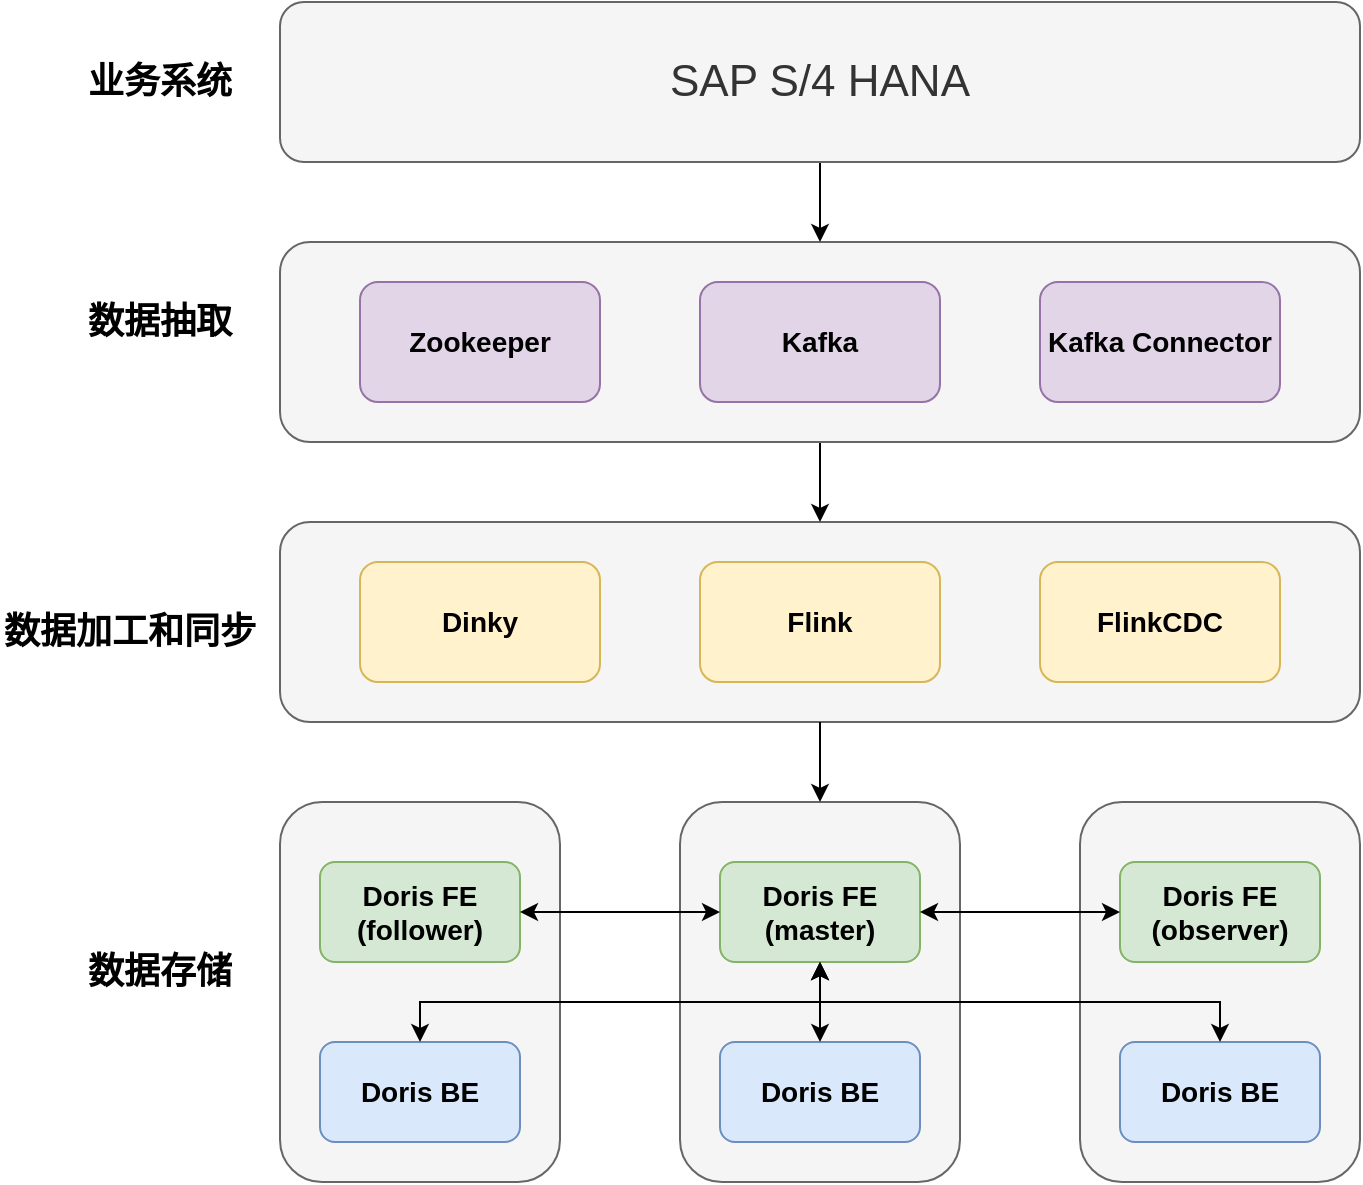
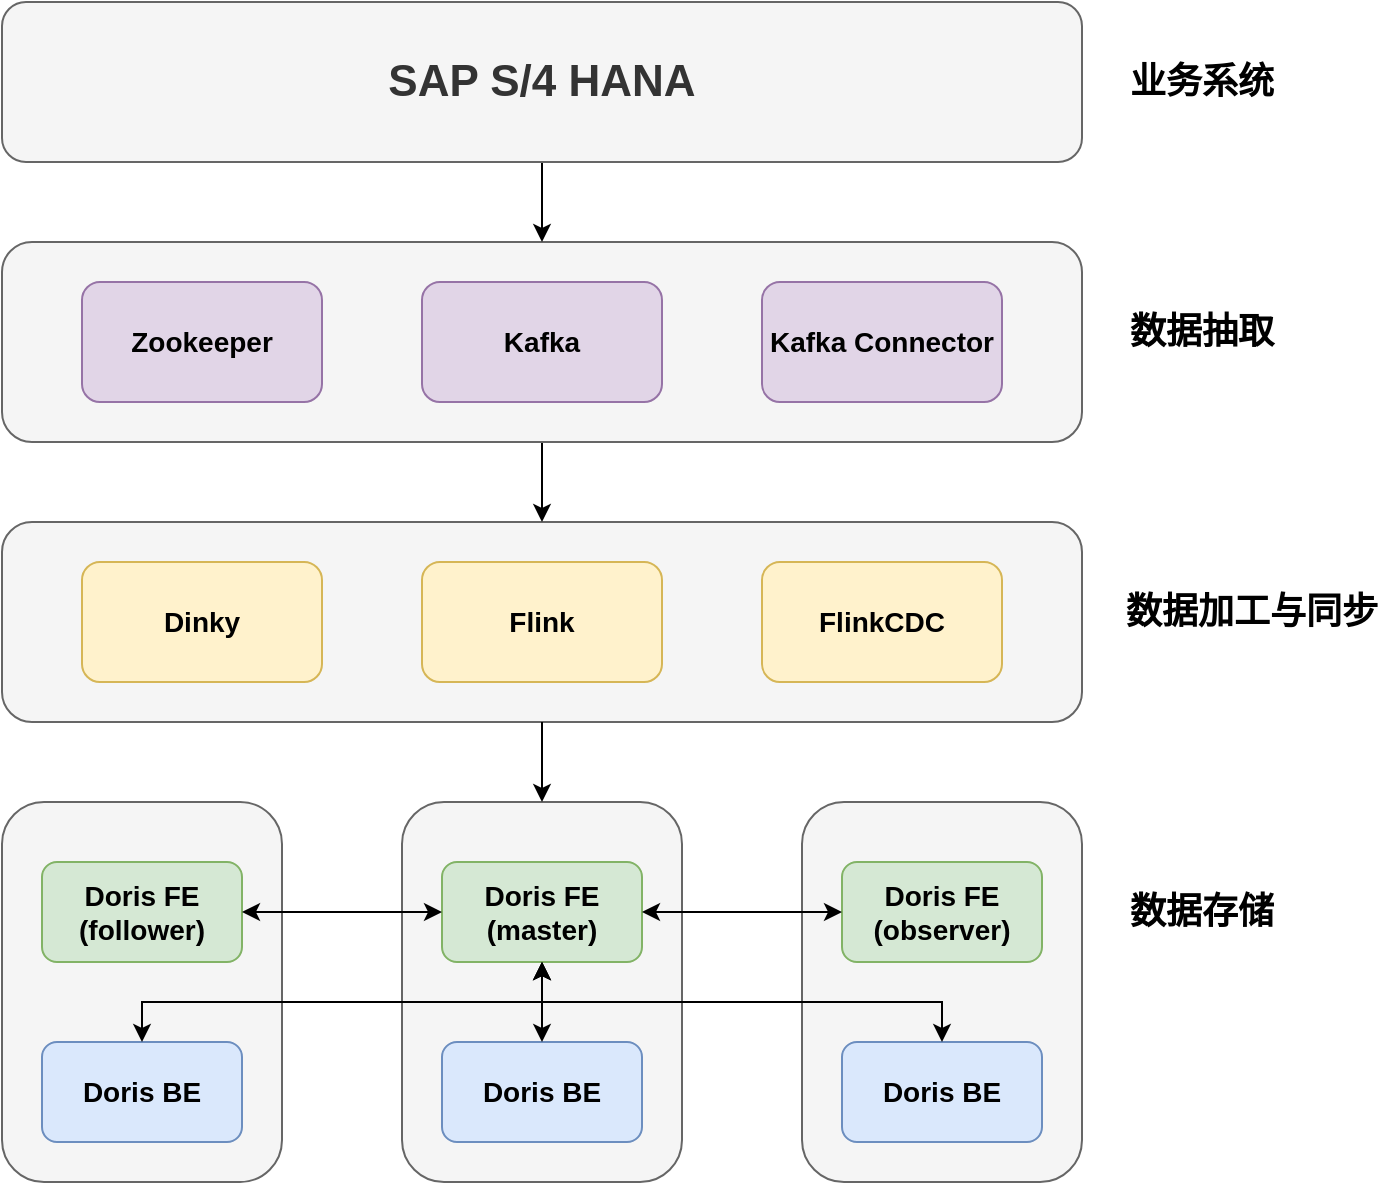
<mxfile host="app.diagrams.net">
  <diagram name="第 1 页" id="_1Mw1lMeuUAult3eIkwO">
-     <mxGraphModel dx="1212" dy="629" grid="1" gridSize="10" guides="1" tooltips="1" connect="1" arrows="1" fold="1" page="1" pageScale="1" pageWidth="827" pageHeight="1169" math="0" shadow="0">
+     <mxGraphModel dx="1212" dy="629" grid="1" gridSize="10" guides="0" tooltips="1" connect="1" arrows="1" fold="1" page="1" pageScale="1" pageWidth="827" pageHeight="1169" background="none" math="0" shadow="0">
      <root>
        <mxCell id="0" />
        <mxCell id="1" parent="0" />
        <mxCell id="LE3wey_woUCF9dCEoUPc-9" parent="1" style="rounded=1;whiteSpace=wrap;html=1;fontStyle=1;fillColor=#f5f5f5;fontColor=#333333;strokeColor=#666666;" value="" vertex="1">
          <mxGeometry height="190" width="140" x="800" y="540" as="geometry" />
        </mxCell>
        <mxCell id="LE3wey_woUCF9dCEoUPc-8" parent="1" style="rounded=1;whiteSpace=wrap;html=1;fontStyle=1;fillColor=#f5f5f5;fontColor=#333333;strokeColor=#666666;" value="" vertex="1">
          <mxGeometry height="190" width="140" x="600" y="540" as="geometry" />
        </mxCell>
        <mxCell id="LE3wey_woUCF9dCEoUPc-7" parent="1" style="rounded=1;whiteSpace=wrap;html=1;fontStyle=1;fillColor=#f5f5f5;strokeColor=#666666;fontColor=#333333;" value="" vertex="1">
          <mxGeometry height="190" width="140" x="400" y="540" as="geometry" />
        </mxCell>
        <mxCell id="LE3wey_woUCF9dCEoUPc-1" parent="1" style="rounded=1;whiteSpace=wrap;html=1;fillColor=#d5e8d4;strokeColor=#82b366;fontStyle=1" value="&lt;font style=&quot;font-size: 14px;&quot;&gt;Doris FE&lt;/font&gt;&lt;div&gt;&lt;span style=&quot;font-size: 14px;&quot;&gt;(follower)&lt;/span&gt;&lt;/div&gt;" vertex="1">
          <mxGeometry height="50" width="100" x="420" y="570" as="geometry" />
        </mxCell>
        <mxCell id="LE3wey_woUCF9dCEoUPc-2" parent="1" style="rounded=1;whiteSpace=wrap;html=1;fillColor=#d5e8d4;strokeColor=#82b366;fontStyle=1" value="&lt;font style=&quot;font-size: 14px;&quot;&gt;Doris FE&lt;/font&gt;&lt;div&gt;&lt;font style=&quot;font-size: 14px;&quot;&gt;(master)&lt;/font&gt;&lt;/div&gt;" vertex="1">
          <mxGeometry height="50" width="100" x="620" y="570" as="geometry" />
        </mxCell>
        <mxCell id="LE3wey_woUCF9dCEoUPc-3" parent="1" style="rounded=1;whiteSpace=wrap;html=1;fillColor=#d5e8d4;strokeColor=#82b366;fontStyle=1" value="&lt;font style=&quot;font-size: 14px;&quot;&gt;Doris FE&lt;br&gt;&lt;/font&gt;&lt;span style=&quot;font-size: 14px;&quot;&gt;(observer)&lt;/span&gt;" vertex="1">
          <mxGeometry height="50" width="100" x="820" y="570" as="geometry" />
        </mxCell>
        <mxCell id="LE3wey_woUCF9dCEoUPc-4" parent="1" style="rounded=1;whiteSpace=wrap;html=1;fillColor=#dae8fc;strokeColor=#6c8ebf;fontStyle=1" value="&lt;font style=&quot;font-size: 14px;&quot;&gt;Doris BE&lt;/font&gt;" vertex="1">
          <mxGeometry height="50" width="100" x="420" y="660" as="geometry" />
        </mxCell>
        <mxCell id="LE3wey_woUCF9dCEoUPc-5" parent="1" style="rounded=1;whiteSpace=wrap;html=1;fillColor=#dae8fc;strokeColor=#6c8ebf;fontStyle=1" value="&lt;font style=&quot;font-size: 14px;&quot;&gt;Doris BE&lt;/font&gt;" vertex="1">
          <mxGeometry height="50" width="100" x="620" y="660" as="geometry" />
        </mxCell>
        <mxCell id="LE3wey_woUCF9dCEoUPc-6" parent="1" style="rounded=1;whiteSpace=wrap;html=1;fillColor=#dae8fc;strokeColor=#6c8ebf;fontStyle=1" value="&lt;font style=&quot;font-size: 14px;&quot;&gt;Doris BE&lt;/font&gt;" vertex="1">
          <mxGeometry height="50" width="100" x="820" y="660" as="geometry" />
        </mxCell>
        <mxCell id="LE3wey_woUCF9dCEoUPc-10" edge="1" parent="1" source="LE3wey_woUCF9dCEoUPc-1" style="endArrow=classic;startArrow=classic;html=1;rounded=0;entryX=0;entryY=0.5;entryDx=0;entryDy=0;exitX=1;exitY=0.5;exitDx=0;exitDy=0;fontStyle=1" target="LE3wey_woUCF9dCEoUPc-2" value="">
          <mxGeometry height="50" relative="1" width="50" as="geometry">
            <mxPoint x="480" y="820" as="sourcePoint" />
            <mxPoint x="530" y="770" as="targetPoint" />
          </mxGeometry>
        </mxCell>
        <mxCell id="LE3wey_woUCF9dCEoUPc-11" edge="1" parent="1" source="LE3wey_woUCF9dCEoUPc-2" style="endArrow=classic;startArrow=classic;html=1;rounded=0;exitX=1;exitY=0.5;exitDx=0;exitDy=0;entryX=0;entryY=0.5;entryDx=0;entryDy=0;fontStyle=1" target="LE3wey_woUCF9dCEoUPc-3" value="">
          <mxGeometry height="50" relative="1" width="50" as="geometry">
            <mxPoint x="720" y="540" as="sourcePoint" />
            <mxPoint x="770" y="490" as="targetPoint" />
          </mxGeometry>
        </mxCell>
        <mxCell id="LE3wey_woUCF9dCEoUPc-12" edge="1" parent="1" source="LE3wey_woUCF9dCEoUPc-5" style="endArrow=classic;startArrow=classic;html=1;rounded=0;entryX=0.5;entryY=1;entryDx=0;entryDy=0;exitX=0.5;exitY=0;exitDx=0;exitDy=0;fontStyle=1" target="LE3wey_woUCF9dCEoUPc-2" value="">
          <mxGeometry height="50" relative="1" width="50" as="geometry">
            <mxPoint x="510" y="840" as="sourcePoint" />
            <mxPoint x="560" y="790" as="targetPoint" />
          </mxGeometry>
        </mxCell>
        <mxCell id="LE3wey_woUCF9dCEoUPc-13" edge="1" parent="1" source="LE3wey_woUCF9dCEoUPc-4" style="endArrow=classic;startArrow=classic;html=1;rounded=0;entryX=0.5;entryY=1;entryDx=0;entryDy=0;exitX=0.5;exitY=0;exitDx=0;exitDy=0;fontStyle=1" target="LE3wey_woUCF9dCEoUPc-2" value="">
          <mxGeometry height="50" relative="1" width="50" as="geometry">
            <Array as="points">
              <mxPoint x="470" y="640" />
              <mxPoint x="670" y="640" />
            </Array>
            <mxPoint x="520" y="820" as="sourcePoint" />
            <mxPoint x="570" y="770" as="targetPoint" />
          </mxGeometry>
        </mxCell>
        <mxCell id="LE3wey_woUCF9dCEoUPc-14" edge="1" parent="1" source="LE3wey_woUCF9dCEoUPc-6" style="endArrow=classic;startArrow=classic;html=1;rounded=0;entryX=0.5;entryY=1;entryDx=0;entryDy=0;exitX=0.5;exitY=0;exitDx=0;exitDy=0;fontStyle=1" target="LE3wey_woUCF9dCEoUPc-2" value="">
          <mxGeometry height="50" relative="1" width="50" as="geometry">
            <Array as="points">
              <mxPoint x="870" y="640" />
              <mxPoint x="670" y="640" />
            </Array>
            <mxPoint x="750" y="840" as="sourcePoint" />
            <mxPoint x="800" y="790" as="targetPoint" />
          </mxGeometry>
        </mxCell>
        <mxCell id="LE3wey_woUCF9dCEoUPc-15" parent="1" style="rounded=1;whiteSpace=wrap;html=1;fontStyle=1;fillColor=#f5f5f5;strokeColor=#666666;fontColor=#333333;" value="" vertex="1">
          <mxGeometry height="100" width="540" x="400" y="400" as="geometry" />
        </mxCell>
        <mxCell id="LE3wey_woUCF9dCEoUPc-16" parent="1" style="rounded=1;whiteSpace=wrap;html=1;fontStyle=1;fillColor=#fff2cc;strokeColor=#d6b656;" value="&lt;font style=&quot;font-size: 14px;&quot;&gt;Dinky&lt;/font&gt;" vertex="1">
          <mxGeometry height="60" width="120" x="440" y="420" as="geometry" />
        </mxCell>
        <mxCell id="LE3wey_woUCF9dCEoUPc-17" parent="1" style="rounded=1;whiteSpace=wrap;html=1;fontStyle=1;fillColor=#fff2cc;strokeColor=#d6b656;" value="&lt;font style=&quot;font-size: 14px;&quot;&gt;Flink&lt;/font&gt;" vertex="1">
          <mxGeometry height="60" width="120" x="610" y="420" as="geometry" />
        </mxCell>
        <mxCell id="LE3wey_woUCF9dCEoUPc-18" parent="1" style="rounded=1;whiteSpace=wrap;html=1;fontStyle=1;fillColor=#fff2cc;strokeColor=#d6b656;" value="&lt;font style=&quot;font-size: 14px;&quot;&gt;FlinkCDC&lt;/font&gt;" vertex="1">
          <mxGeometry height="60" width="120" x="780" y="420" as="geometry" />
        </mxCell>
        <mxCell id="LE3wey_woUCF9dCEoUPc-26" edge="1" parent="1" source="LE3wey_woUCF9dCEoUPc-19" style="edgeStyle=orthogonalEdgeStyle;rounded=0;orthogonalLoop=1;jettySize=auto;html=1;" value="">
          <mxGeometry relative="1" as="geometry">
            <mxPoint x="670" y="400" as="targetPoint" />
          </mxGeometry>
        </mxCell>
        <mxCell id="LE3wey_woUCF9dCEoUPc-19" parent="1" style="rounded=1;whiteSpace=wrap;html=1;fillColor=#f5f5f5;strokeColor=#666666;fontColor=#333333;" value="" vertex="1">
          <mxGeometry height="100" width="540" x="400" y="260" as="geometry" />
        </mxCell>
        <mxCell id="LE3wey_woUCF9dCEoUPc-21" parent="1" style="rounded=1;whiteSpace=wrap;html=1;fillColor=#e1d5e7;strokeColor=#9673a6;" value="&lt;font style=&quot;font-size: 14px;&quot;&gt;&lt;b&gt;Zookeeper&lt;/b&gt;&lt;/font&gt;" vertex="1">
          <mxGeometry height="60" width="120" x="440" y="280" as="geometry" />
        </mxCell>
        <mxCell id="LE3wey_woUCF9dCEoUPc-22" parent="1" style="rounded=1;whiteSpace=wrap;html=1;fillColor=#e1d5e7;strokeColor=#9673a6;" value="&lt;font style=&quot;font-size: 14px;&quot;&gt;&lt;b&gt;Kafka&lt;/b&gt;&lt;/font&gt;" vertex="1">
          <mxGeometry height="60" width="120" x="610" y="280" as="geometry" />
        </mxCell>
        <mxCell id="LE3wey_woUCF9dCEoUPc-23" parent="1" style="rounded=1;whiteSpace=wrap;html=1;fillColor=#e1d5e7;strokeColor=#9673a6;" value="&lt;font style=&quot;font-size: 14px;&quot;&gt;&lt;b&gt;Kafka Connector&lt;/b&gt;&lt;/font&gt;" vertex="1">
          <mxGeometry height="60" width="120" x="780" y="280" as="geometry" />
        </mxCell>
        <mxCell id="LE3wey_woUCF9dCEoUPc-27" edge="1" parent="1" source="LE3wey_woUCF9dCEoUPc-24" style="edgeStyle=orthogonalEdgeStyle;rounded=0;orthogonalLoop=1;jettySize=auto;html=1;entryX=0.5;entryY=0;entryDx=0;entryDy=0;" target="LE3wey_woUCF9dCEoUPc-19" value="">
          <mxGeometry relative="1" as="geometry">
            <Array as="points" />
            <mxPoint x="670" y="240" as="targetPoint" />
          </mxGeometry>
        </mxCell>
-         <mxCell id="LE3wey_woUCF9dCEoUPc-24" parent="1" style="rounded=1;whiteSpace=wrap;html=1;fillColor=#f5f5f5;strokeColor=#666666;fontColor=#333333;" value="&lt;font style=&quot;font-size: 22px;&quot;&gt;SAP S/4 HANA&lt;/font&gt;" vertex="1">
+         <mxCell id="LE3wey_woUCF9dCEoUPc-24" parent="1" style="rounded=1;whiteSpace=wrap;html=1;fillColor=#f5f5f5;strokeColor=#666666;fontColor=#333333;" value="&lt;font style=&quot;font-size: 22px;&quot;&gt;&lt;b&gt;SAP S/4 HANA&lt;/b&gt;&lt;/font&gt;" vertex="1">
          <mxGeometry height="80" width="540" x="400" y="140" as="geometry" />
        </mxCell>
        <mxCell id="LE3wey_woUCF9dCEoUPc-25" edge="1" parent="1" source="LE3wey_woUCF9dCEoUPc-15" style="endArrow=classic;html=1;rounded=0;entryX=0.5;entryY=0;entryDx=0;entryDy=0;exitX=0.5;exitY=1;exitDx=0;exitDy=0;" target="LE3wey_woUCF9dCEoUPc-8" value="">
          <mxGeometry height="50" relative="1" width="50" as="geometry">
            <mxPoint x="280" y="290" as="sourcePoint" />
            <mxPoint x="330" y="240" as="targetPoint" />
          </mxGeometry>
        </mxCell>
        <mxCell id="LE3wey_woUCF9dCEoUPc-28" parent="1" style="text;html=1;whiteSpace=wrap;strokeColor=none;fillColor=none;align=center;verticalAlign=middle;rounded=0;" value="&lt;font style=&quot;font-size: 18px;&quot;&gt;&lt;b&gt;数据存储&lt;/b&gt;&lt;/font&gt;" vertex="1">
-           <mxGeometry height="30" width="80" x="300" y="610" as="geometry" />
+           <mxGeometry height="30" width="80" x="960" y="580" as="geometry" />
        </mxCell>
        <mxCell id="LE3wey_woUCF9dCEoUPc-29" parent="1" style="text;html=1;whiteSpace=wrap;strokeColor=none;fillColor=none;align=center;verticalAlign=middle;rounded=0;" value="&lt;font style=&quot;font-size: 18px;&quot;&gt;&lt;b&gt;业务系统&lt;/b&gt;&lt;/font&gt;" vertex="1">
-           <mxGeometry height="30" width="80" x="300" y="165" as="geometry" />
+           <mxGeometry height="30" width="80" x="960" y="165" as="geometry" />
        </mxCell>
        <mxCell id="LE3wey_woUCF9dCEoUPc-30" parent="1" style="text;html=1;whiteSpace=wrap;strokeColor=none;fillColor=none;align=center;verticalAlign=middle;rounded=0;" value="&lt;font style=&quot;font-size: 18px;&quot;&gt;&lt;b&gt;数据抽取&lt;/b&gt;&lt;/font&gt;" vertex="1">
-           <mxGeometry height="30" width="80" x="300" y="285" as="geometry" />
+           <mxGeometry height="30" width="80" x="960" y="290" as="geometry" />
        </mxCell>
-         <mxCell id="LE3wey_woUCF9dCEoUPc-32" parent="1" style="text;html=1;whiteSpace=wrap;strokeColor=none;fillColor=none;align=center;verticalAlign=middle;rounded=0;" value="&lt;font style=&quot;font-size: 18px;&quot;&gt;&lt;b&gt;数据加工和同步&lt;/b&gt;&lt;/font&gt;" vertex="1">
-           <mxGeometry height="30" width="130" x="260" y="440" as="geometry" />
+         <mxCell id="LE3wey_woUCF9dCEoUPc-32" parent="1" style="text;html=1;whiteSpace=wrap;strokeColor=none;fillColor=none;align=center;verticalAlign=middle;rounded=0;" value="&lt;font style=&quot;font-size: 18px;&quot;&gt;&lt;b&gt;数据加工与同步&lt;/b&gt;&lt;/font&gt;" vertex="1">
+           <mxGeometry height="30" width="130" x="960" y="430" as="geometry" />
        </mxCell>
      </root>
    </mxGraphModel>
  </diagram>
</mxfile>
